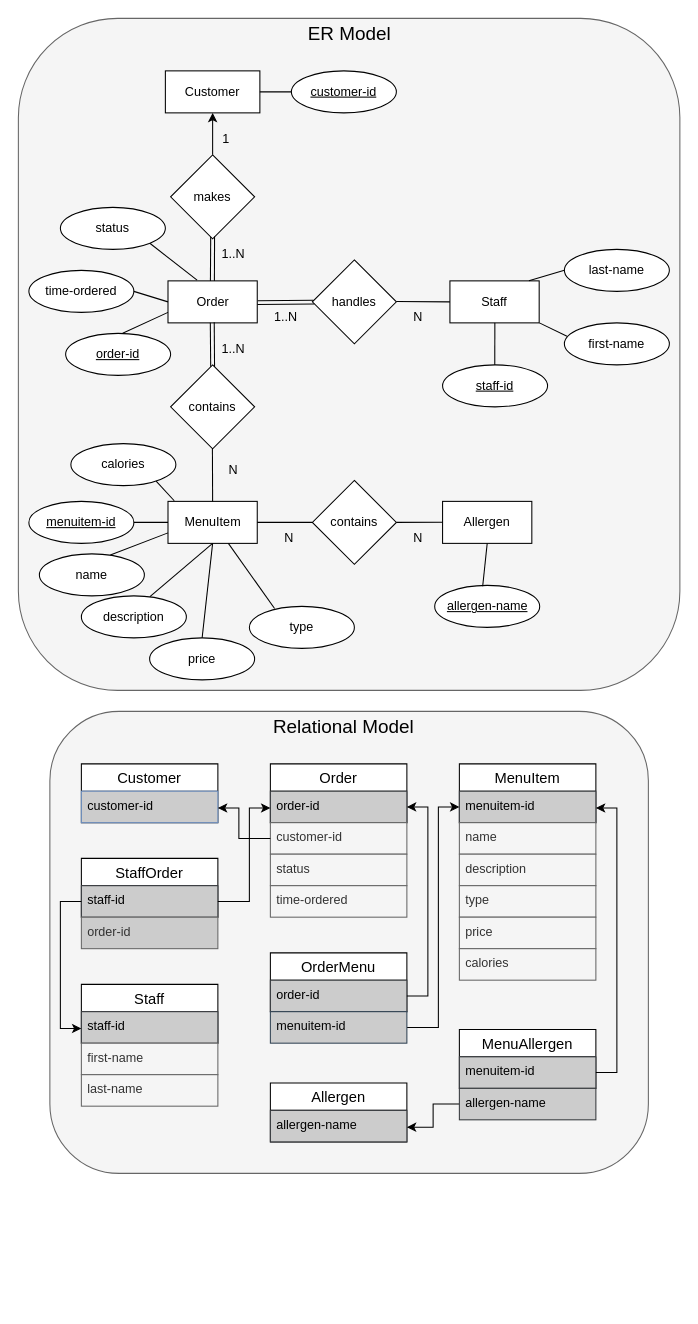
Before: backend/resources/entity_relation.drawio in Ideapersie/TeamProjec23, a draw.io diagram. Source tidied: cells renumbered, new cells numbered last; positions are measured from the earlier drawing's top-left corner, leaving out a move shared by most shapes. Both pictures are drawn from the tidied source at 105%, with x=0, y=0 at pixel (18, 18).
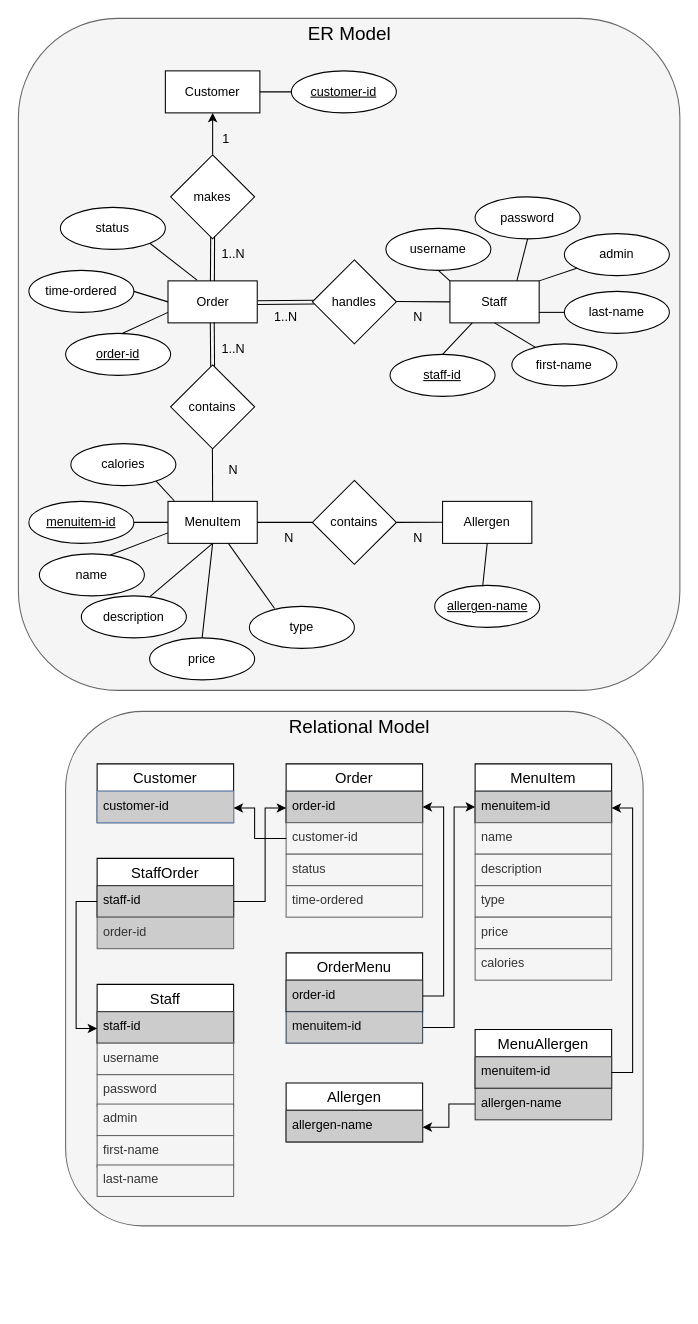
After the change.

Commit message (it also covers changes not shown here):
Initialise system with admin user

The change refers to these unchanged cells:
```xml
<mxCell id="13" value="Staff" style="whiteSpace=wrap;html=1;" parent="1" vertex="1">
  <mxGeometry x="411" y="250" width="85" height="40" as="geometry" />
</mxCell>
<mxCell id="60" value="Order" style="swimlane;fontStyle=0;horizontal=1;startSize=26;align=center;fontSize=14;" parent="59" vertex="1">
  <mxGeometry width="130" height="56" as="geometry" />
</mxCell>
<mxCell id="61" value="order-id" style="text;strokeColor=#36393d;fillColor=#CCCCCC;spacingLeft=4;spacingRight=4;overflow=hidden;points=[[0,0.5],[1,0.5]];portConstraint=eastwest;fontSize=12;whiteSpace=wrap;html=1;" parent="60" vertex="1">
  <mxGeometry y="26" width="130" height="30" as="geometry" />
</mxCell>
<mxCell id="62" value="customer-id" style="text;strokeColor=#666666;fillColor=#f5f5f5;spacingLeft=4;spacingRight=4;overflow=hidden;points=[[0,0.5],[1,0.5]];portConstraint=eastwest;fontSize=12;whiteSpace=wrap;html=1;fontColor=#333333;" parent="59" vertex="1">
  <mxGeometry y="56" width="130" height="30" as="geometry" />
</mxCell>
<mxCell id="68" value="MenuItem" style="swimlane;fontStyle=0;horizontal=1;startSize=26;align=center;fontSize=14;" parent="67" vertex="1">
  <mxGeometry width="130" height="56" as="geometry" />
</mxCell>
<mxCell id="69" value="menuitem-id" style="text;strokeColor=#36393d;fillColor=#CCCCCC;spacingLeft=4;spacingRight=4;overflow=hidden;points=[[0,0.5],[1,0.5]];portConstraint=eastwest;fontSize=12;whiteSpace=wrap;html=1;" parent="68" vertex="1">
  <mxGeometry y="26" width="130" height="30" as="geometry" />
</mxCell>
<mxCell id="76" value="order-id" style="text;strokeColor=#36393d;fillColor=#CCCCCC;spacingLeft=4;spacingRight=4;overflow=hidden;points=[[0,0.5],[1,0.5]];portConstraint=eastwest;fontSize=12;whiteSpace=wrap;html=1;" parent="75" vertex="1">
  <mxGeometry y="26" width="130" height="30" as="geometry" />
</mxCell>
<mxCell id="82" style="group;" parent="81" vertex="1">
  <mxGeometry y="-56" width="130" height="116" as="geometry" />
</mxCell>
<mxCell id="90" value="staff-id" style="text;strokeColor=#36393d;fillColor=#CCCCCC;spacingLeft=4;spacingRight=4;overflow=hidden;points=[[0,0.5],[1,0.5]];portConstraint=eastwest;fontSize=12;whiteSpace=wrap;html=1;" parent="89" vertex="1">
  <mxGeometry y="26" width="130" height="30" as="geometry" />
</mxCell>
<mxCell id="101" value="menuitem-id" style="text;strokeColor=#36393d;fillColor=#CCCCCC;spacingLeft=4;spacingRight=4;overflow=hidden;points=[[0,0.5],[1,0.5]];portConstraint=eastwest;fontSize=12;whiteSpace=wrap;html=1;" parent="100" vertex="1">
  <mxGeometry y="26" width="130" height="30" as="geometry" />
</mxCell>
```

Diff of the diagram source:
```diff
@@
     <mxCell id="16" value="staff-id" style="ellipse;whiteSpace=wrap;html=1;align=center;fontStyle=4;" parent="1" vertex="1">
-      <mxGeometry x="404" y="330" width="100" height="40" as="geometry" />
+      <mxGeometry x="354" y="320" width="100" height="40" as="geometry" />
     </mxCell>
-    <mxCell id="17" style="endArrow=none;html=1;rounded=0;entryX=0.523;entryY=0.973;entryDx=0;entryDy=0;entryPerimeter=0;" parent="1" edge="1">
-      <mxGeometry relative="1" as="geometry">
-        <mxPoint x="453.7" y="330" as="sourcePoint" />
-        <mxPoint x="453.8" y="290" as="targetPoint" />
-      </mxGeometry>
+    <mxCell id="17" style="endArrow=none;html=1;rounded=0;entryX=0.25;entryY=1;entryDx=0;entryDy=0;exitX=0.5;exitY=0;exitDx=0;exitDy=0;" parent="1" edge="1" source="16" target="13">
+      <mxGeometry relative="1" as="geometry" />
     </mxCell>
     <mxCell id="18" value="first-name" style="ellipse;whiteSpace=wrap;html=1;align=center;" parent="1" vertex="1">
-      <mxGeometry x="520" y="290" width="100" height="40" as="geometry" />
+      <mxGeometry x="470" y="310" width="100" height="40" as="geometry" />
     </mxCell>
-    <mxCell id="19" style="endArrow=none;html=1;rounded=0;entryX=0.523;entryY=0.973;entryDx=0;entryDy=0;entryPerimeter=0;exitX=0.025;exitY=0.317;exitDx=0;exitDy=0;exitPerimeter=0;" parent="1" edge="1" source="18">
-      <mxGeometry relative="1" as="geometry">
-        <mxPoint x="496.2" y="290" as="targetPoint" />
-      </mxGeometry>
+    <mxCell id="19" style="endArrow=none;html=1;rounded=0;entryX=0.5;entryY=1;entryDx=0;entryDy=0;" parent="1" edge="1" source="18" target="13">
+      <mxGeometry relative="1" as="geometry" />
     </mxCell>
     <mxCell id="20" value="last-name" style="ellipse;whiteSpace=wrap;html=1;align=center;" parent="1" vertex="1">
-      <mxGeometry x="520" y="220" width="100" height="40" as="geometry" />
+      <mxGeometry x="520" y="260" width="100" height="40" as="geometry" />
     </mxCell>
-    <mxCell id="21" style="endArrow=none;html=1;rounded=0;exitX=0.025;exitY=0.317;exitDx=0;exitDy=0;exitPerimeter=0;entryX=0.885;entryY=-0.002;entryDx=0;entryDy=0;entryPerimeter=0;" parent="1" edge="1" target="13">
-      <mxGeometry relative="1" as="geometry">
-        <mxPoint x="520" y="239.9" as="sourcePoint" />
-      </mxGeometry>
+    <mxCell id="21" style="endArrow=none;html=1;rounded=0;exitX=0;exitY=0.5;exitDx=0;exitDy=0;entryX=1;entryY=0.75;entryDx=0;entryDy=0;" parent="1" edge="1" source="20" target="13">
+      <mxGeometry relative="1" as="geometry" />
     </mxCell>
@@
     <mxCell id="51" style="rounded=1;whiteSpace=wrap;html=1;fillColor=#f5f5f5;fontColor=#333333;strokeColor=#666666;glass=0;shadow=0;" parent="1" vertex="1">
-      <mxGeometry x="30" y="660" width="570" height="440" as="geometry" />
+      <mxGeometry x="45" y="660" width="550" height="490" as="geometry" />
     </mxCell>
     <mxCell id="52" value="Customer" style="swimlane;fontStyle=0;horizontal=1;startSize=26;align=center;fontSize=14;" parent="1" vertex="1">
-      <mxGeometry x="60" y="710" width="130" height="56" as="geometry" />
+      <mxGeometry x="75" y="710" width="130" height="56" as="geometry" />
     </mxCell>
@@
     <mxCell id="58" style="group;" parent="1" vertex="1">
-      <mxGeometry x="240" y="710" width="130" height="146" as="geometry" />
+      <mxGeometry x="255" y="710" width="130" height="146" as="geometry" />
     </mxCell>
@@
     <mxCell id="65" style="group;" parent="1" vertex="1">
-      <mxGeometry x="420" y="710" width="130" height="206" as="geometry" />
+      <mxGeometry x="435" y="710" width="130" height="206" as="geometry" />
     </mxCell>
@@
     <mxCell id="75" value="OrderMenu" style="swimlane;fontStyle=0;horizontal=1;startSize=26;align=center;fontSize=14;" parent="1" vertex="1">
-      <mxGeometry x="240" y="890" width="130" height="56" as="geometry" />
+      <mxGeometry x="255" y="890" width="130" height="56" as="geometry" />
     </mxCell>
@@
     <mxCell id="77" style="edgeStyle=orthogonalEdgeStyle;rounded=0;jettySize=auto;html=1;" parent="1" edge="1" source="78" target="69">
       <mxGeometry relative="1" as="geometry">
         <Array as="points">
-          <mxPoint x="400" y="961" />
-          <mxPoint x="400" y="751" />
+          <mxPoint x="415" y="961" />
+          <mxPoint x="415" y="751" />
         </Array>
       </mxGeometry>
     </mxCell>
     <mxCell id="78" value="&lt;font color=&quot;#030303&quot;&gt;menuitem-id&lt;/font&gt;" style="text;strokeColor=#314354;fillColor=#CCCCCC;spacingLeft=4;spacingRight=4;overflow=hidden;points=[[0,0.5],[1,0.5]];portConstraint=eastwest;fontSize=12;whiteSpace=wrap;html=1;fontColor=#ffffff;" parent="1" vertex="1">
-      <mxGeometry x="240" y="946" width="130" height="30" as="geometry" />
+      <mxGeometry x="255" y="946" width="130" height="30" as="geometry" />
     </mxCell>
     <mxCell id="79" style="edgeStyle=orthogonalEdgeStyle;rounded=0;jettySize=auto;html=1;entryX=1;entryY=0.75;entryDx=0;entryDy=0;" parent="1" edge="1" source="62" target="52">
       <mxGeometry relative="1" as="geometry">
         <Array as="points">
-          <mxPoint x="210" y="781" />
-          <mxPoint x="210" y="752" />
+          <mxPoint x="225" y="781" />
+          <mxPoint x="225" y="752" />
         </Array>
       </mxGeometry>
     </mxCell>
     <mxCell id="80" style="edgeStyle=orthogonalEdgeStyle;rounded=0;jettySize=auto;html=1;entryX=1;entryY=0.5;entryDx=0;entryDy=0;" parent="1" edge="1" source="76" target="61">
       <mxGeometry relative="1" as="geometry">
         <Array as="points">
-          <mxPoint x="390" y="931" />
-          <mxPoint x="390" y="751" />
+          <mxPoint x="405" y="931" />
+          <mxPoint x="405" y="751" />
         </Array>
       </mxGeometry>
     </mxCell>
     <mxCell id="81" style="group;" parent="1" vertex="1">
-      <mxGeometry x="60" y="976" width="130" height="146" as="geometry" />
+      <mxGeometry x="75" y="976" width="130" height="146" as="geometry" />
     </mxCell>
@@
-    <mxCell id="85" value="first-name" style="text;strokeColor=#666666;fillColor=#f5f5f5;spacingLeft=4;spacingRight=4;overflow=hidden;fontSize=12;whiteSpace=wrap;html=1;fontColor=#333333;" parent="82" vertex="1">
+    <mxCell id="85" value="username" style="text;strokeColor=#666666;fillColor=#f5f5f5;spacingLeft=4;spacingRight=4;overflow=hidden;fontSize=12;whiteSpace=wrap;html=1;fontColor=#333333;" parent="82" vertex="1">
       <mxGeometry y="56" width="130" height="30" as="geometry" />
     </mxCell>
-    <mxCell id="86" value="last-name" style="text;strokeColor=#666666;fillColor=#f5f5f5;spacingLeft=4;spacingRight=4;overflow=hidden;fontSize=12;whiteSpace=wrap;html=1;fontColor=#333333;" parent="82" vertex="1">
+    <mxCell id="86" value="password" style="text;strokeColor=#666666;fillColor=#f5f5f5;spacingLeft=4;spacingRight=4;overflow=hidden;fontSize=12;whiteSpace=wrap;html=1;fontColor=#333333;" parent="82" vertex="1">
       <mxGeometry y="86" width="130" height="30" as="geometry" />
     </mxCell>
     <mxCell id="87" style="group;" parent="1" vertex="1">
-      <mxGeometry x="60" y="800" width="130" height="146" as="geometry" />
+      <mxGeometry x="75" y="800" width="130" height="146" as="geometry" />
     </mxCell>
@@
     <mxCell id="93" style="edgeStyle=orthogonalEdgeStyle;rounded=0;jettySize=auto;html=1;entryX=0;entryY=0.75;entryDx=0;entryDy=0;" parent="1" edge="1" source="90" target="60">
       <mxGeometry relative="1" as="geometry">
         <Array as="points">
-          <mxPoint x="220" y="841" />
-          <mxPoint x="220" y="752" />
+          <mxPoint x="235" y="841" />
+          <mxPoint x="235" y="752" />
         </Array>
       </mxGeometry>
     </mxCell>
     <mxCell id="94" style="group;" parent="1" vertex="1">
-      <mxGeometry x="240" y="1080" width="130" height="146" as="geometry" />
+      <mxGeometry x="255" y="1080" width="130" height="146" as="geometry" />
     </mxCell>
@@
     <mxCell id="98" style="group;" parent="1" vertex="1">
-      <mxGeometry x="420" y="1029" width="130" height="146" as="geometry" />
+      <mxGeometry x="435" y="1029" width="130" height="146" as="geometry" />
     </mxCell>
@@
     <mxCell id="103" value="allergen-name" style="text;strokeColor=#36393d;fillColor=#CCCCCC;spacingLeft=4;spacingRight=4;overflow=hidden;points=[[0,0.5],[1,0.5]];portConstraint=eastwest;fontSize=12;whiteSpace=wrap;html=1;" parent="1" vertex="1">
-      <mxGeometry x="420" y="1019" width="130" height="30" as="geometry" />
+      <mxGeometry x="435" y="1019" width="130" height="30" as="geometry" />
     </mxCell>
     <mxCell id="104" style="edgeStyle=orthogonalEdgeStyle;rounded=0;jettySize=auto;html=1;entryX=1;entryY=0.75;entryDx=0;entryDy=0;" parent="1" edge="1" source="101" target="68">
       <mxGeometry relative="1" as="geometry">
         <Array as="points">
-          <mxPoint x="570" y="1004" />
-          <mxPoint x="570" y="752" />
+          <mxPoint x="585" y="1004" />
+          <mxPoint x="585" y="752" />
         </Array>
       </mxGeometry>
     </mxCell>
@@
     <mxCell id="110" value="&lt;font style=&quot;font-size: 18px;&quot;&gt;Relational Model&lt;/font&gt;" style="text;html=1;strokeColor=none;fillColor=none;align=center;verticalAlign=middle;whiteSpace=wrap;rounded=0;" parent="1" vertex="1">
-      <mxGeometry x="240" y="660" width="140" height="30" as="geometry" />
+      <mxGeometry x="255" y="660" width="140" height="30" as="geometry" />
     </mxCell>
+    <mxCell id="111" value="admin" style="ellipse;whiteSpace=wrap;html=1;align=center;" parent="1" vertex="1">
+      <mxGeometry x="520" y="205" width="100" height="40" as="geometry" />
+    </mxCell>
+    <mxCell id="112" style="endArrow=none;html=1;rounded=0;exitX=1;exitY=0;exitDx=0;exitDy=0;" parent="1" edge="1" source="13" target="111">
+      <mxGeometry relative="1" as="geometry" />
+    </mxCell>
+    <mxCell id="113" value="admin" style="text;strokeColor=#666666;fillColor=#f5f5f5;spacingLeft=4;spacingRight=4;overflow=hidden;fontSize=12;whiteSpace=wrap;html=1;fontColor=#333333;" parent="1" vertex="1">
+      <mxGeometry x="75" y="1034" width="130" height="30" as="geometry" />
+    </mxCell>
+    <mxCell id="114" value="username" style="ellipse;whiteSpace=wrap;html=1;align=center;" parent="1" vertex="1">
+      <mxGeometry x="350" y="200" width="100" height="40" as="geometry" />
+    </mxCell>
+    <mxCell id="115" value="password" style="ellipse;whiteSpace=wrap;html=1;align=center;" parent="1" vertex="1">
+      <mxGeometry x="435" y="170" width="100" height="40" as="geometry" />
+    </mxCell>
+    <mxCell id="116" style="endArrow=none;html=1;rounded=0;exitX=0;exitY=0;exitDx=0;exitDy=0;entryX=0.5;entryY=1;entryDx=0;entryDy=0;" parent="1" edge="1" source="13" target="114">
+      <mxGeometry relative="1" as="geometry" />
+    </mxCell>
+    <mxCell id="117" style="endArrow=none;html=1;rounded=0;exitX=0.75;exitY=0;exitDx=0;exitDy=0;entryX=0.5;entryY=1;entryDx=0;entryDy=0;" parent="1" edge="1" source="13" target="115">
+      <mxGeometry relative="1" as="geometry" />
+    </mxCell>
+    <mxCell id="118" value="first-name" style="text;strokeColor=#666666;fillColor=#f5f5f5;spacingLeft=4;spacingRight=4;overflow=hidden;fontSize=12;whiteSpace=wrap;html=1;fontColor=#333333;" parent="1" vertex="1">
+      <mxGeometry x="75" y="1064" width="130" height="30" as="geometry" />
+    </mxCell>
+    <mxCell id="119" value="last-name" style="text;strokeColor=#666666;fillColor=#f5f5f5;spacingLeft=4;spacingRight=4;overflow=hidden;fontSize=12;whiteSpace=wrap;html=1;fontColor=#333333;" parent="1" vertex="1">
+      <mxGeometry x="75" y="1092" width="130" height="30" as="geometry" />
+    </mxCell>
```
